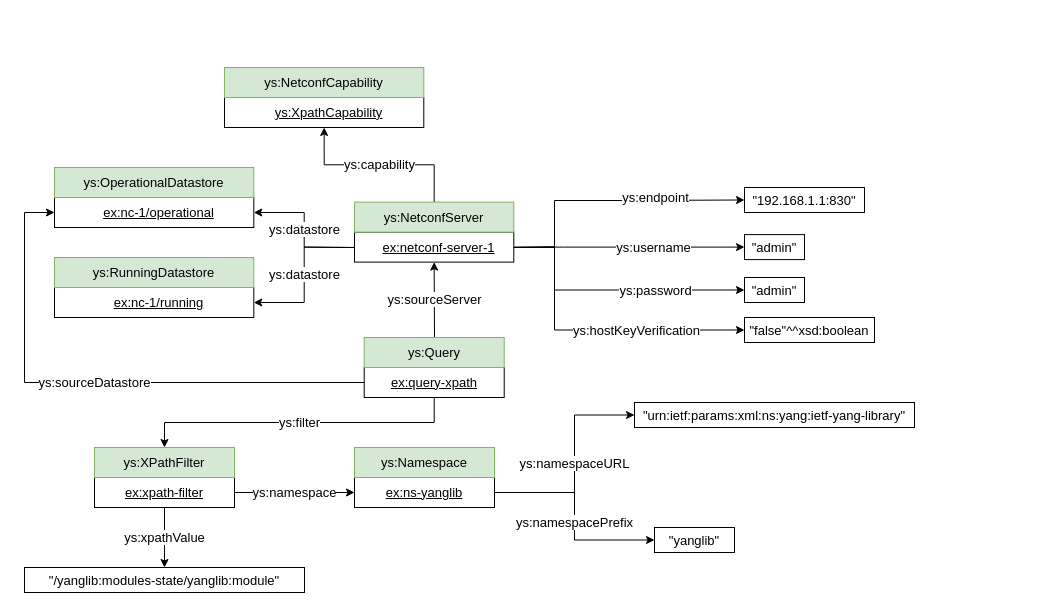
Before: diagrams/yang-server-examples.drawio in candil-data-fabric/yang-server-ontology, a draw.io diagram. Source tidied: cells renumbered, new cells numbered last; positions are measured from the earlier drawing's top-left corner, leaving out a move shared by most shapes. Both pictures are drawn from the tidied source at 100%, with x=0, y=0 at pixel (24, 67).
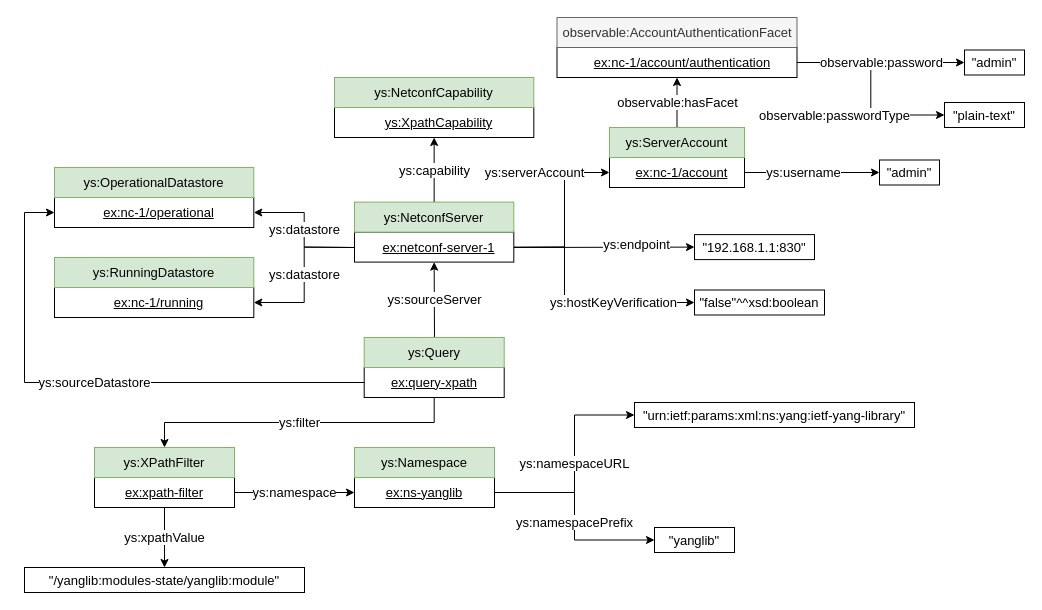
The same diagram, later.

The change refers to these unchanged cells:
```xml
<mxCell id="7" value="&lt;div style=&quot;font-size: 13px;&quot;&gt;&lt;u style=&quot;font-size: 13px;&quot;&gt;ex:netconf-server-1&lt;/u&gt;&lt;/div&gt;" style="rounded=0;whiteSpace=wrap;html=1;snapToPoint=1;points=[[0.1,0],[0.2,0],[0.3,0],[0.4,0],[0.5,0],[0.6,0],[0.7,0],[0.8,0],[0.9,0],[0,0.1],[0,0.3],[0,0.5],[0,0.7],[0,0.9],[0.1,1],[0.2,1],[0.3,1],[0.4,1],[0.5,1],[0.6,1],[0.7,1],[0.8,1],[0.9,1],[1,0.1],[1,0.3],[1,0.5],[1,0.7],[1,0.9]];align=center;spacingLeft=10;fontSize=13;spacing=0;" parent="1" vertex="1">
  <mxGeometry x="330" y="164.6" width="159.3" height="30" as="geometry" />
</mxCell>
```

What changed in the source:
```diff
@@
-    <mxCell id="2" value="ys:endpoint" style="edgeStyle=orthogonalEdgeStyle;rounded=0;jettySize=auto;html=1;entryX=0;entryY=0.5;entryDx=0;entryDy=0;fontSize=13;spacing=0;" parent="1" edge="1" source="7" target="10">
-      <mxGeometry x="0.36" y="3" relative="1" as="geometry">
-        <Array as="points">
-          <mxPoint x="530" y="180" />
-          <mxPoint x="530" y="133" />
-          <mxPoint x="600" y="133" />
-        </Array>
-      </mxGeometry>
+    <mxCell id="2" value="ys:endpoint" style="rounded=0;jettySize=auto;html=1;entryX=0;entryY=0.5;entryDx=0;entryDy=0;fontSize=13;spacing=0;" parent="1" edge="1" source="7" target="10">
+      <mxGeometry x="0.36" y="3" relative="1" as="geometry" />
     </mxCell>
-    <mxCell id="3" value="ys:password" style="edgeStyle=orthogonalEdgeStyle;rounded=0;jettySize=auto;html=1;entryX=0;entryY=0.5;entryDx=0;entryDy=0;fontSize=13;spacing=0;" parent="1" edge="1" source="7" target="12">
-      <mxGeometry x="0.35" relative="1" as="geometry">
-        <Array as="points">
-          <mxPoint x="530" y="180" />
-          <mxPoint x="530" y="223" />
-        </Array>
-      </mxGeometry>
-    </mxCell>
     <mxCell id="4" value="ys:hostKeyVerification" style="edgeStyle=orthogonalEdgeStyle;rounded=0;jettySize=auto;html=1;entryX=0;entryY=0.5;entryDx=0;entryDy=0;fontSize=13;spacing=0;" parent="1" edge="1" source="7" target="14">
       <mxGeometry x="0.31" relative="1" as="geometry">
         <Array as="points">
-          <mxPoint x="530" y="180" />
-          <mxPoint x="530" y="262" />
+          <mxPoint x="540" y="180" />
+          <mxPoint x="540" y="235" />
         </Array>
       </mxGeometry>
     </mxCell>
@@
+    <mxCell id="37" value="ys:serverAccount" style="edgeStyle=orthogonalEdgeStyle;rounded=0;jettySize=auto;html=1;exitX=1;exitY=0.5;exitDx=0;exitDy=0;entryX=0;entryY=0.5;entryDx=0;entryDy=0;strokeColor=default;align=center;verticalAlign=middle;spacing=0;fontFamily=Helvetica;fontSize=13;fontColor=default;labelBackgroundColor=default;endArrow=classic;" parent="1" edge="1" source="7" target="38">
+      <mxGeometry x="0.47" y="30" relative="1" as="geometry">
+        <Array as="points">
+          <mxPoint x="540" y="180" />
+          <mxPoint x="540" y="105" />
+        </Array>
+        <mxPoint x="-30" y="30" as="offset" />
+      </mxGeometry>
+    </mxCell>
@@
     <mxCell id="10" value="&quot;192.168.1.1:830&quot;" style="rounded=0;whiteSpace=wrap;html=1;strokeWidth=1;fontStyle=0;fontSize=13;verticalAlign=middle;spacing=0;" parent="1" vertex="1">
-      <mxGeometry x="720" y="120" width="120" height="25" as="geometry" />
+      <mxGeometry x="670" y="167.1" width="120" height="25" as="geometry" />
     </mxCell>
     <mxCell id="11" value="&quot;admin&quot;" style="rounded=0;whiteSpace=wrap;html=1;strokeWidth=1;fontStyle=0;fontSize=13;verticalAlign=middle;spacing=0;" parent="1" vertex="1">
-      <mxGeometry x="720" y="167.1" width="60" height="25" as="geometry" />
+      <mxGeometry x="855" y="92.5" width="60" height="25" as="geometry" />
     </mxCell>
     <mxCell id="12" value="&quot;admin&quot;" style="rounded=0;whiteSpace=wrap;html=1;strokeWidth=1;fontStyle=0;fontSize=13;verticalAlign=middle;spacing=0;" parent="1" vertex="1">
-      <mxGeometry x="720" y="210" width="60" height="25" as="geometry" />
+      <mxGeometry x="940" y="-17.5" width="60" height="25" as="geometry" />
     </mxCell>
-    <mxCell id="13" value="ys:username" style="edgeStyle=orthogonalEdgeStyle;rounded=0;jettySize=auto;html=1;entryX=0;entryY=0.5;entryDx=0;entryDy=0;fontSize=13;exitX=1;exitY=0.5;exitDx=0;exitDy=0;spacing=0;" parent="1" edge="1" source="7" target="11">
-      <mxGeometry x="0.21" relative="1" as="geometry">
-        <Array as="points">
-          <mxPoint x="540" y="180" />
-          <mxPoint x="600" y="180" />
-        </Array>
-      </mxGeometry>
+    <mxCell id="13" value="ys:username" style="rounded=0;jettySize=auto;html=1;entryX=0;entryY=0.5;entryDx=0;entryDy=0;fontSize=13;exitX=1;exitY=0.5;exitDx=0;exitDy=0;spacing=0;" parent="1" edge="1" source="38" target="11">
+      <mxGeometry x="-0.12" relative="1" as="geometry" />
     </mxCell>
     <mxCell id="14" value="&quot;false&quot;^^xsd:boolean" style="rounded=0;whiteSpace=wrap;html=1;strokeWidth=1;fontStyle=0;fontSize=13;verticalAlign=middle;spacing=0;" parent="1" vertex="1">
-      <mxGeometry x="720" y="250" width="130" height="25" as="geometry" />
+      <mxGeometry x="670" y="222.5" width="130" height="25" as="geometry" />
     </mxCell>
@@
     <mxCell id="19" value="&lt;div style=&quot;font-size: 13px;&quot;&gt;&lt;u style=&quot;font-size: 13px;&quot;&gt;ys:XpathCapability&lt;/u&gt;&lt;/div&gt;" style="rounded=0;whiteSpace=wrap;html=1;snapToPoint=1;points=[[0.1,0],[0.2,0],[0.3,0],[0.4,0],[0.5,0],[0.6,0],[0.7,0],[0.8,0],[0.9,0],[0,0.1],[0,0.3],[0,0.5],[0,0.7],[0,0.9],[0.1,1],[0.2,1],[0.3,1],[0.4,1],[0.5,1],[0.6,1],[0.7,1],[0.8,1],[0.9,1],[1,0.1],[1,0.3],[1,0.5],[1,0.7],[1,0.9]];align=center;spacingLeft=10;fontSize=13;spacing=0;" parent="1" vertex="1">
-      <mxGeometry x="200" y="30" width="199.3" height="30" as="geometry" />
+      <mxGeometry x="310" y="40" width="199.3" height="30" as="geometry" />
     </mxCell>
     <mxCell id="20" value="ys:NetconfCapability" style="rounded=0;whiteSpace=wrap;html=1;fillColor=#d5e8d4;strokeColor=#82b366;fontSize=13;spacing=0;" parent="1" vertex="1">
-      <mxGeometry x="200" width="199.3" height="30" as="geometry" />
+      <mxGeometry x="310" y="10" width="199.3" height="30" as="geometry" />
     </mxCell>
@@
+    <mxCell id="38" value="&lt;div style=&quot;font-size: 13px;&quot;&gt;&lt;u style=&quot;font-size: 13px;&quot;&gt;ex:nc-1/account&lt;/u&gt;&lt;/div&gt;" style="rounded=0;whiteSpace=wrap;html=1;snapToPoint=1;points=[[0.1,0],[0.2,0],[0.3,0],[0.4,0],[0.5,0],[0.6,0],[0.7,0],[0.8,0],[0.9,0],[0,0.1],[0,0.3],[0,0.5],[0,0.7],[0,0.9],[0.1,1],[0.2,1],[0.3,1],[0.4,1],[0.5,1],[0.6,1],[0.7,1],[0.8,1],[0.9,1],[1,0.1],[1,0.3],[1,0.5],[1,0.7],[1,0.9]];align=center;spacingLeft=10;fontSize=13;spacing=0;" parent="1" vertex="1">
+      <mxGeometry x="585" y="90" width="135" height="30" as="geometry" />
+    </mxCell>
+    <mxCell id="39" value="observable:hasFacet" style="edgeStyle=orthogonalEdgeStyle;rounded=0;jettySize=auto;html=1;exitX=0.5;exitY=0;exitDx=0;exitDy=0;entryX=0.5;entryY=1;entryDx=0;entryDy=0;strokeColor=default;align=center;verticalAlign=middle;spacing=0;fontFamily=Helvetica;fontSize=13;fontColor=default;labelBackgroundColor=default;endArrow=classic;" parent="1" edge="1" source="40" target="41">
+      <mxGeometry relative="1" as="geometry" />
+    </mxCell>
+    <mxCell id="40" value="ys:ServerAccount" style="rounded=0;whiteSpace=wrap;html=1;snapToPoint=1;points=[[0.1,0],[0.2,0],[0.3,0],[0.4,0],[0.5,0],[0.6,0],[0.7,0],[0.8,0],[0.9,0],[0,0.1],[0,0.3],[0,0.5],[0,0.7],[0,0.9],[0.1,1],[0.2,1],[0.3,1],[0.4,1],[0.5,1],[0.6,1],[0.7,1],[0.8,1],[0.9,1],[1,0.1],[1,0.3],[1,0.5],[1,0.7],[1,0.9]];fillColor=#d5e8d4;strokeColor=#82b366;fontSize=13;spacing=0;" parent="1" vertex="1">
+      <mxGeometry x="585" y="60" width="135" height="30" as="geometry" />
+    </mxCell>
+    <mxCell id="41" value="&lt;div style=&quot;font-size: 13px;&quot;&gt;&lt;u style=&quot;font-size: 13px;&quot;&gt;ex:nc-1/account/authentication&lt;/u&gt;&lt;/div&gt;" style="rounded=0;whiteSpace=wrap;html=1;snapToPoint=1;points=[[0.1,0],[0.2,0],[0.3,0],[0.4,0],[0.5,0],[0.6,0],[0.7,0],[0.8,0],[0.9,0],[0,0.1],[0,0.3],[0,0.5],[0,0.7],[0,0.9],[0.1,1],[0.2,1],[0.3,1],[0.4,1],[0.5,1],[0.6,1],[0.7,1],[0.8,1],[0.9,1],[1,0.1],[1,0.3],[1,0.5],[1,0.7],[1,0.9]];align=center;spacingLeft=10;fontSize=13;spacing=0;" parent="1" vertex="1">
+      <mxGeometry x="532.5" y="-20" width="240" height="30" as="geometry" />
+    </mxCell>
+    <mxCell id="42" value="observable:AccountAuthenticationFacet" style="rounded=0;whiteSpace=wrap;html=1;fillColor=#f5f5f5;strokeColor=#666666;fontSize=13;spacing=0;fontColor=#333333;" parent="1" vertex="1">
+      <mxGeometry x="532.5" y="-50" width="240" height="30" as="geometry" />
+    </mxCell>
+    <mxCell id="43" value="&quot;plain-text&quot;" style="rounded=0;whiteSpace=wrap;html=1;strokeWidth=1;fontStyle=0;fontSize=13;verticalAlign=middle;spacing=0;" parent="1" vertex="1">
+      <mxGeometry x="920" y="35" width="80" height="25" as="geometry" />
+    </mxCell>
+    <mxCell id="44" value="observable:passwordType" style="rounded=0;jettySize=auto;html=1;entryX=0;entryY=0.5;entryDx=0;entryDy=0;fontSize=13;spacing=0;exitX=1;exitY=0.5;exitDx=0;exitDy=0;edgeStyle=orthogonalEdgeStyle;" parent="1" edge="1" source="41" target="43">
+      <mxGeometry x="0.26" y="-36" relative="1" as="geometry">
+        <mxPoint x="-36" y="-36" as="offset" />
+      </mxGeometry>
+    </mxCell>
+    <mxCell id="3" value="observable:password" style="rounded=0;jettySize=auto;html=1;entryX=0;entryY=0.5;entryDx=0;entryDy=0;fontSize=13;spacing=0;exitX=1;exitY=0.5;exitDx=0;exitDy=0;" parent="1" edge="1" source="41" target="12">
+      <mxGeometry relative="1" as="geometry" />
+    </mxCell>
```
